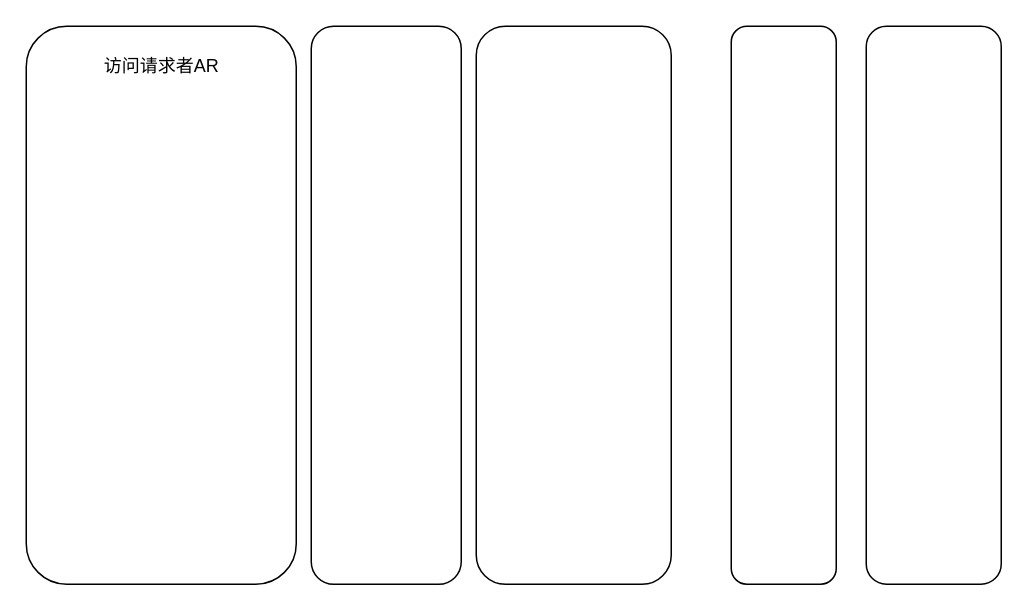
Earlier version of the draw.io diagram testDirectory/TNC体系架构.drawio (Moose1273/-). Source tidied: cells renumbered, new cells numbered last; positions are measured from the earlier drawing's top-left corner, leaving out a move shared by most shapes. Both pictures are drawn from the tidied source at 150%, with x=0, y=0 at pixel (26, 26).
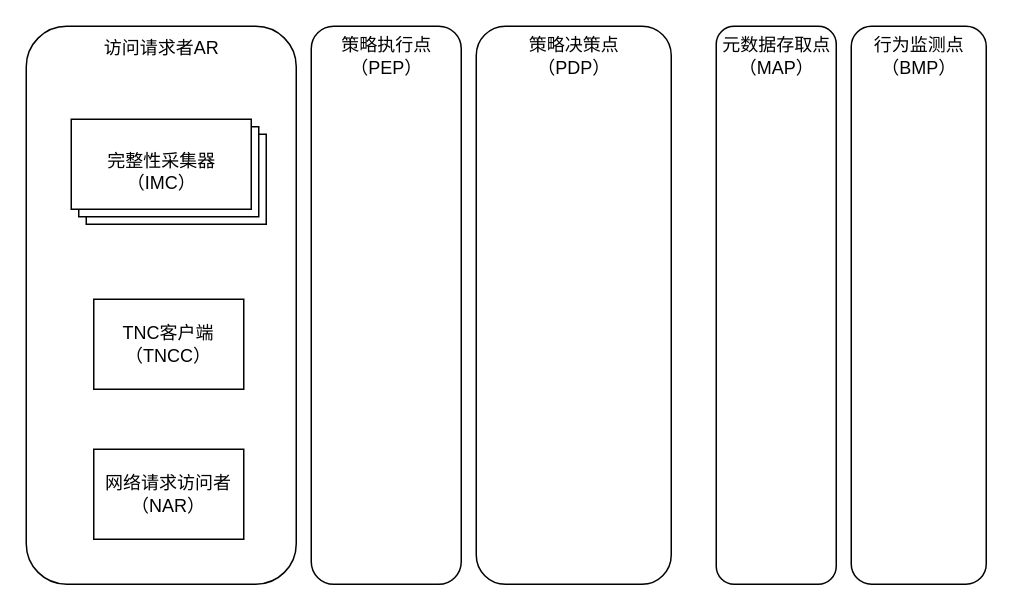
After the change.

Commit message (it also covers changes not shown here):
更新TNC体系架构.drawio

The edit, as a diff of the source:
```diff
@@
 <mxGraphModel>
   <root>
     <mxCell id="0" />
     <mxCell id="1" parent="0" />
     <mxCell id="2" style="rounded=1;whiteSpace=wrap;html=1;" parent="1" vertex="1">
       <mxGeometry width="180" height="372" as="geometry" />
     </mxCell>
     <mxCell id="3" style="rounded=1;whiteSpace=wrap;html=1;" parent="1" vertex="1">
       <mxGeometry x="190" width="100" height="372" as="geometry" />
     </mxCell>
     <mxCell id="4" style="rounded=1;whiteSpace=wrap;html=1;" parent="1" vertex="1">
       <mxGeometry x="300" width="130" height="372" as="geometry" />
     </mxCell>
     <mxCell id="5" style="rounded=1;whiteSpace=wrap;html=1;" parent="1" vertex="1">
-      <mxGeometry x="470" width="70" height="372" as="geometry" />
+      <mxGeometry x="460" width="80" height="372" as="geometry" />
     </mxCell>
     <mxCell id="6" style="rounded=1;whiteSpace=wrap;html=1;" parent="1" vertex="1">
-      <mxGeometry x="560" width="90" height="372" as="geometry" />
+      <mxGeometry x="550" width="90" height="372" as="geometry" />
     </mxCell>
     <mxCell id="7" value="访问请求者AR" style="text;html=1;align=center;verticalAlign=middle;strokeColor=none;fillColor=none;" parent="1" vertex="1">
-      <mxGeometry x="40" y="12" width="100" height="30" as="geometry" />
+      <mxGeometry x="40" width="100" height="30" as="geometry" />
     </mxCell>
+    <mxCell id="8" value="策略执行点&lt;div&gt;（PEP）&lt;/div&gt;" style="text;html=1;align=center;verticalAlign=middle;strokeColor=none;fillColor=none;" parent="1" vertex="1">
+      <mxGeometry x="200" width="80" height="40" as="geometry" />
+    </mxCell>
+    <mxCell id="9" value="策略决策点&lt;div&gt;（PDP）&lt;/div&gt;" style="text;html=1;align=center;verticalAlign=middle;strokeColor=none;fillColor=none;" parent="1" vertex="1">
+      <mxGeometry x="325" width="80" height="40" as="geometry" />
+    </mxCell>
+    <mxCell id="10" value="元数据存取点&lt;div&gt;（MAP）&lt;/div&gt;" style="text;html=1;align=center;verticalAlign=middle;strokeColor=none;fillColor=none;" parent="1" vertex="1">
+      <mxGeometry x="450" width="100" height="40" as="geometry" />
+    </mxCell>
+    <mxCell id="11" value="行为监测点&lt;div&gt;（BMP）&lt;/div&gt;" style="text;html=1;align=center;verticalAlign=middle;strokeColor=none;fillColor=none;" parent="1" vertex="1">
+      <mxGeometry x="555" width="80" height="40" as="geometry" />
+    </mxCell>
+    <mxCell id="12" style="verticalLabelPosition=bottom;verticalAlign=top;html=1;shape=mxgraph.basic.layered_rect;dx=10;whiteSpace=wrap;" parent="1" vertex="1">
+      <mxGeometry x="30" y="62" width="130" height="70" as="geometry" />
+    </mxCell>
+    <mxCell id="13" value="完整性采集器&lt;div&gt;（IMC）&lt;/div&gt;" style="text;html=1;align=center;verticalAlign=middle;strokeColor=none;fillColor=none;" parent="1" vertex="1">
+      <mxGeometry x="40" y="77" width="100" height="40" as="geometry" />
+    </mxCell>
+    <mxCell id="14" value="TNC客户端&lt;div&gt;（TNCC）&lt;/div&gt;" style="rounded=0;whiteSpace=wrap;html=1;" parent="1" vertex="1">
+      <mxGeometry x="45" y="182" width="100" height="60" as="geometry" />
+    </mxCell>
+    <mxCell id="15" value="网络请求访问者&lt;div&gt;（NAR）&lt;/div&gt;" style="rounded=0;whiteSpace=wrap;html=1;" parent="1" vertex="1">
+      <mxGeometry x="45" y="282" width="100" height="60" as="geometry" />
+    </mxCell>
   </root>
 </mxGraphModel>
```
